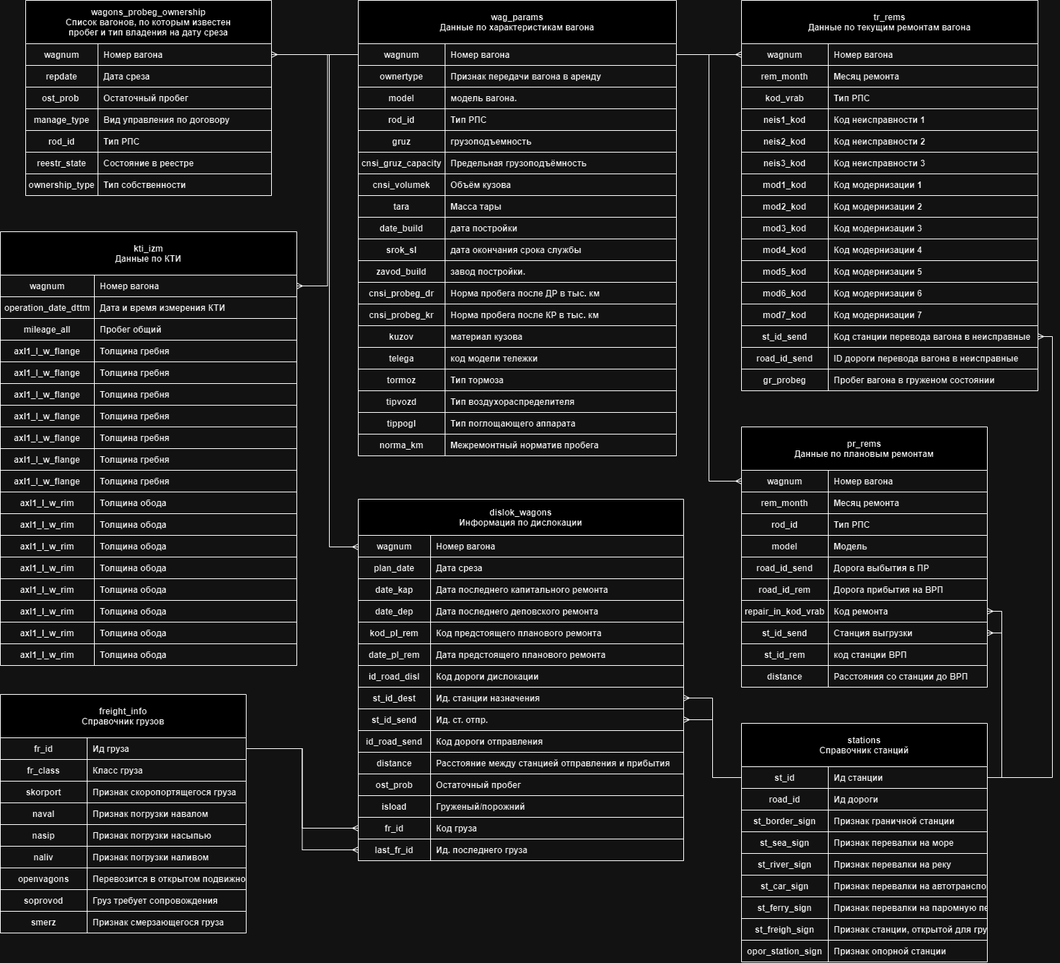
kamnsv/datawagon2 keeps this draw.io diagram as Dataset_datawagon2.drawio.png. Above is the earlier version. Source tidied: cells renumbered, new cells last; positions are measured from the earlier drawing's top-left corner, leaving out a move shared by most shapes.
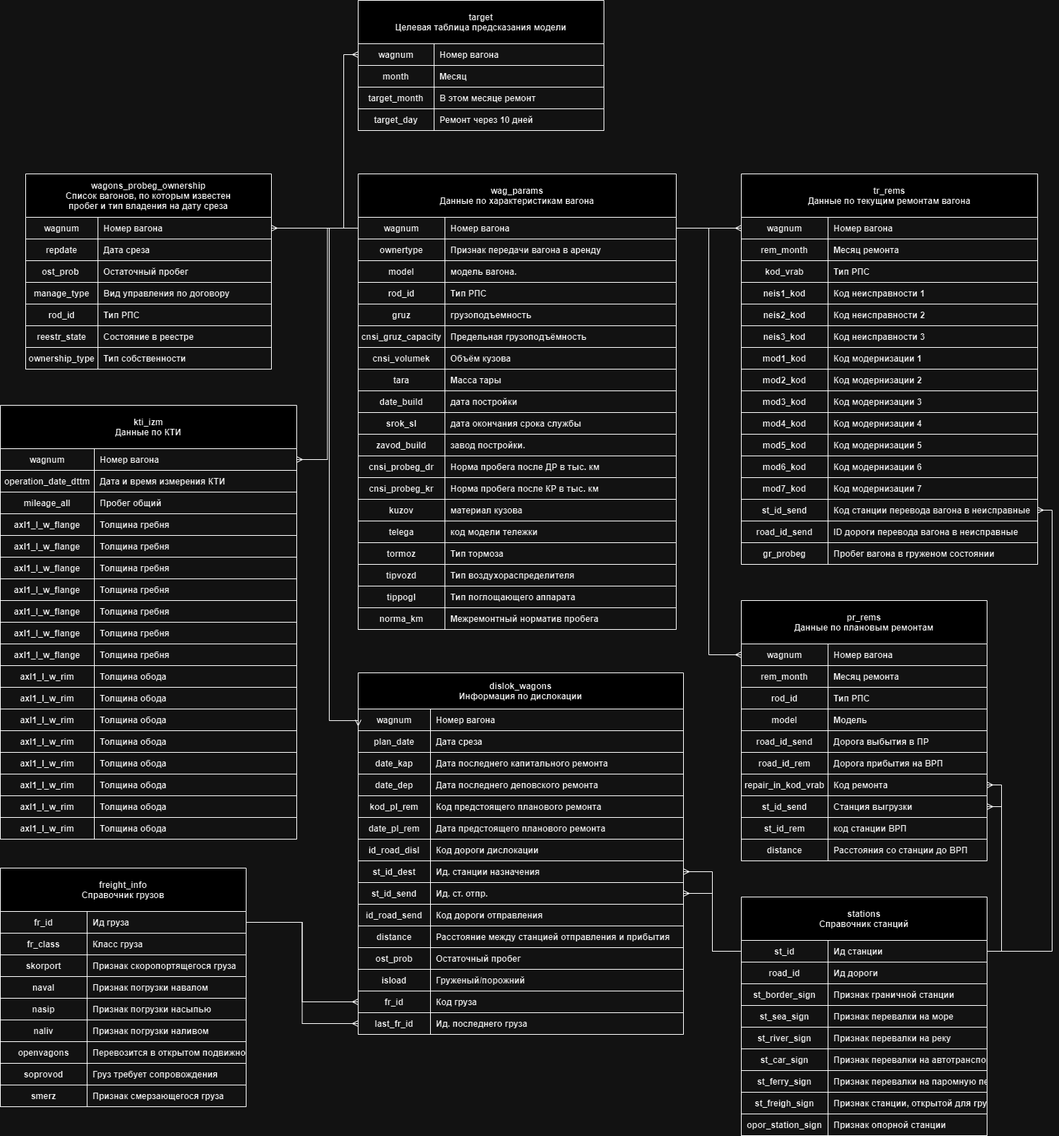
After the change.

Commit message:
Target и типы нормализации

The edit, as a diff of the source:
```diff
@@ -1004,5 +1004,47 @@
         </Array>
       </mxGeometry>
     </mxCell>
+    <mxCell id="331" value="target&#10;Целевая таблица предсказания модели" style="shape=table;startSize=60;rowLines=0;fontStyle=1;align=center;" parent="1" vertex="1">
+      <mxGeometry x="495" y="-240" width="340" height="180" as="geometry" />
+    </mxCell>
+    <mxCell id="332" style="shape=partialRectangle;fillColor=none;points=[[0,0.5],[1,0.5]];portConstraint=eastwest;top=0;left=0;right=0;bottom=1;" parent="331" vertex="1">
+      <mxGeometry y="60" width="340" height="30" as="geometry" />
+    </mxCell>
+    <mxCell id="333" value="wagnum" style="shape=partialRectangle;overflow=hidden;fillColor=none;top=0;left=0;bottom=0;right=0;fontStyle=1;" parent="332" vertex="1">
+      <mxGeometry width="105" height="30" as="geometry" />
+    </mxCell>
+    <mxCell id="334" value="Номер вагона" style="shape=partialRectangle;overflow=hidden;fillColor=none;top=0;left=0;bottom=0;right=0;align=left;spacingLeft=6;fontStyle=1;" parent="332" vertex="1">
+      <mxGeometry x="105" width="235" height="30" as="geometry" />
+    </mxCell>
+    <mxCell id="335" style="shape=partialRectangle;fillColor=none;top=0;left=0;right=0;bottom=1;" parent="331" vertex="1">
+      <mxGeometry y="90" width="340" height="30" as="geometry" />
+    </mxCell>
+    <mxCell id="336" value="month" style="shape=partialRectangle;overflow=hidden;fillColor=none;top=0;left=0;bottom=0;right=0;fontStyle=1;" parent="335" vertex="1">
+      <mxGeometry width="105" height="30" as="geometry" />
+    </mxCell>
+    <mxCell id="337" value="Месяц" style="shape=partialRectangle;overflow=hidden;fillColor=none;top=0;left=0;bottom=0;right=0;align=left;spacingLeft=6;fontStyle=1;" parent="335" vertex="1">
+      <mxGeometry x="105" width="235" height="30" as="geometry" />
+    </mxCell>
+    <mxCell id="338" style="shape=partialRectangle;fillColor=none;top=0;left=0;right=0;bottom=1;" parent="331" vertex="1">
+      <mxGeometry y="120" width="340" height="30" as="geometry" />
+    </mxCell>
+    <mxCell id="339" value="target_month" style="shape=partialRectangle;overflow=hidden;fillColor=none;top=0;left=0;bottom=0;right=0;fontStyle=1;" parent="338" vertex="1">
+      <mxGeometry width="105" height="30" as="geometry" />
+    </mxCell>
+    <mxCell id="340" value="В этом месяце ремонт" style="shape=partialRectangle;overflow=hidden;fillColor=none;top=0;left=0;bottom=0;right=0;align=left;spacingLeft=6;fontStyle=1;" parent="338" vertex="1">
+      <mxGeometry x="105" width="235" height="30" as="geometry" />
+    </mxCell>
+    <mxCell id="341" style="shape=partialRectangle;fillColor=none;top=0;left=0;right=0;bottom=1;" parent="331" vertex="1">
+      <mxGeometry y="150" width="340" height="30" as="geometry" />
+    </mxCell>
+    <mxCell id="342" value="target_day" style="shape=partialRectangle;overflow=hidden;fillColor=none;top=0;left=0;bottom=0;right=0;fontStyle=1;" parent="341" vertex="1">
+      <mxGeometry width="105" height="30" as="geometry" />
+    </mxCell>
+    <mxCell id="343" value="Ремонт через 10 дней" style="shape=partialRectangle;overflow=hidden;fillColor=none;top=0;left=0;bottom=0;right=0;align=left;spacingLeft=6;fontStyle=1;" parent="341" vertex="1">
+      <mxGeometry x="105" width="235" height="30" as="geometry" />
+    </mxCell>
+    <mxCell id="344" style="edgeStyle=orthogonalEdgeStyle;rounded=0;jettySize=auto;html=1;entryX=0;entryY=0.5;entryDx=0;entryDy=0;endArrow=ERmany;endFill=0;" parent="1" edge="1" source="71" target="332">
+      <mxGeometry relative="1" as="geometry" />
+    </mxCell>
   </root>
 </mxGraphModel>
```
